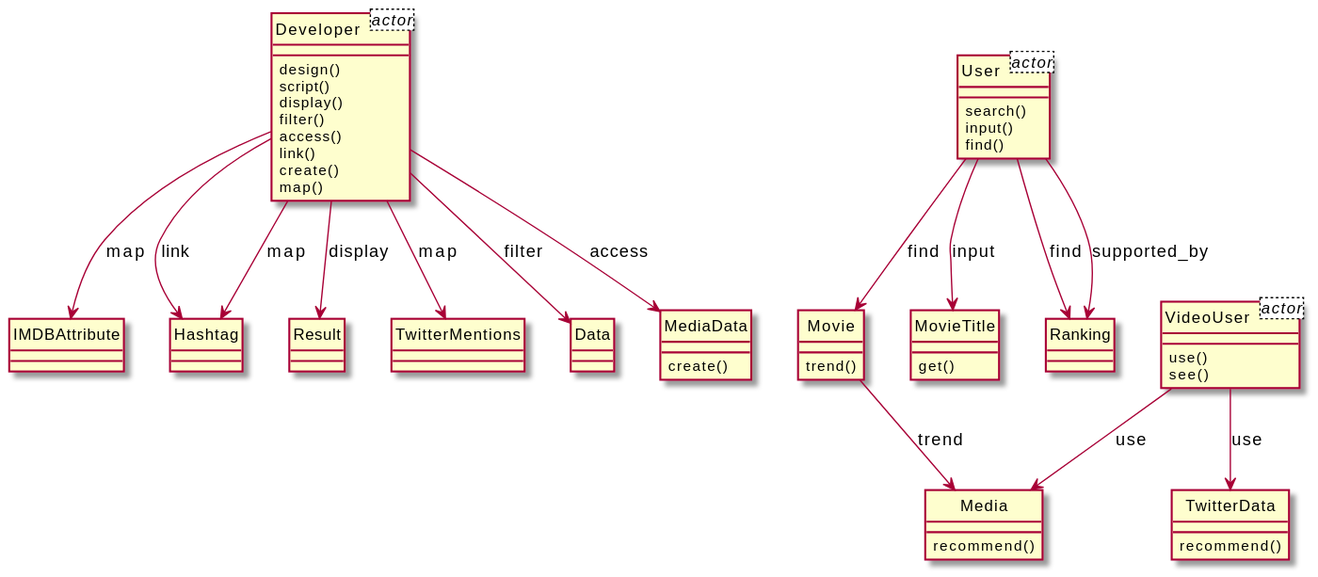
Before: output/diagram_5/2019-USC-Project10.svg, a diagram exported from PlantUML (xixixhalu/DomainModelExtractor).
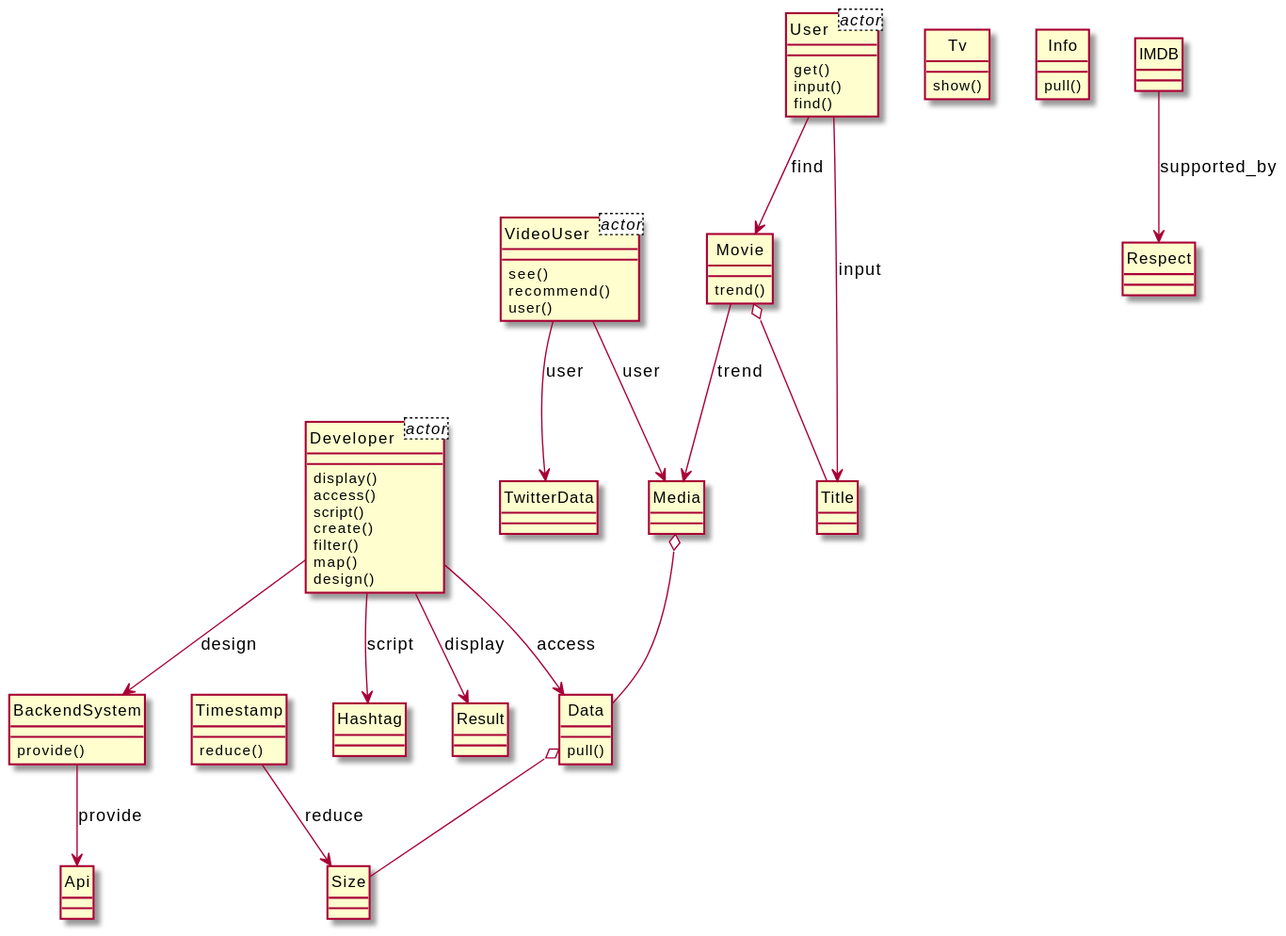
After the commit.

Change to the diagram source:
```diff
@@ -6,64 +6,74 @@
 }
 class VideoUser<actor> {
 }
+class Size {
+}
+class Title {
+}
+class VideoUser {
+	see()
+	recommend()
+	user()
+}
+class Media {
+}
 class Developer {
+	display()
+	access()
+	script()
+	create()
+	filter()
+	map()
 	design()
-	script()
-	display()
-	filter()
-	access()
-	link()
-	create()
-	map()
-}
-class IMDBAttribute {
-}
-class User {
-	search()
-	input()
-	find()
-}
-class Hashtag {
 }
 class Result {
 }
-class VideoUser {
-	use()
-	see()
-}
 class TwitterData {
-	recommend()
-}
-class Media {
-	recommend()
 }
 class Movie {
 	trend()
 }
-class MovieTitle {
+class Data {
+	pull()
+}
+class BackendSystem {
+	provide()
+}
+class Api {
+}
+class Hashtag {
+}
+class User {
 	get()
+	input()
+	find()
 }
-class TwitterMentions {
+class Tv {
+	show()
 }
-class Data {
+class Info {
+	pull()
 }
-class MediaData {
-	create()
+class Timestamp {
+	reduce()
 }
-class Ranking {
+class IMDB {
 }
-User --> Ranking : find
-Developer --> Hashtag : link
-VideoUser --> TwitterData : use
-Developer --> TwitterMentions : map
-Developer --> Hashtag : map
-Developer --> MediaData : access
-User --> Ranking : supported_by
-User --> MovieTitle : input
+class Respect {
+}
+Timestamp --> Size : reduce
+VideoUser --> TwitterData : user
+VideoUser --> Media : user
+Data o-- Size
+Movie --> Media : trend
+Developer --> BackendSystem : design
+IMDB --> Respect : supported_by
+Developer --> Hashtag : script
+User --> Title : input
+Developer --> Result : display
 User --> Movie : find
-Developer --> Result : display
-VideoUser --> Media : use
-Developer --> IMDBAttribute : map
-Developer --> Data : filter
-Movie --> Media : trend
+Media o-- Data
+Developer --> Data : access
+BackendSystem --> Api : provide
+Movie o-- Title
 @enduml
```
